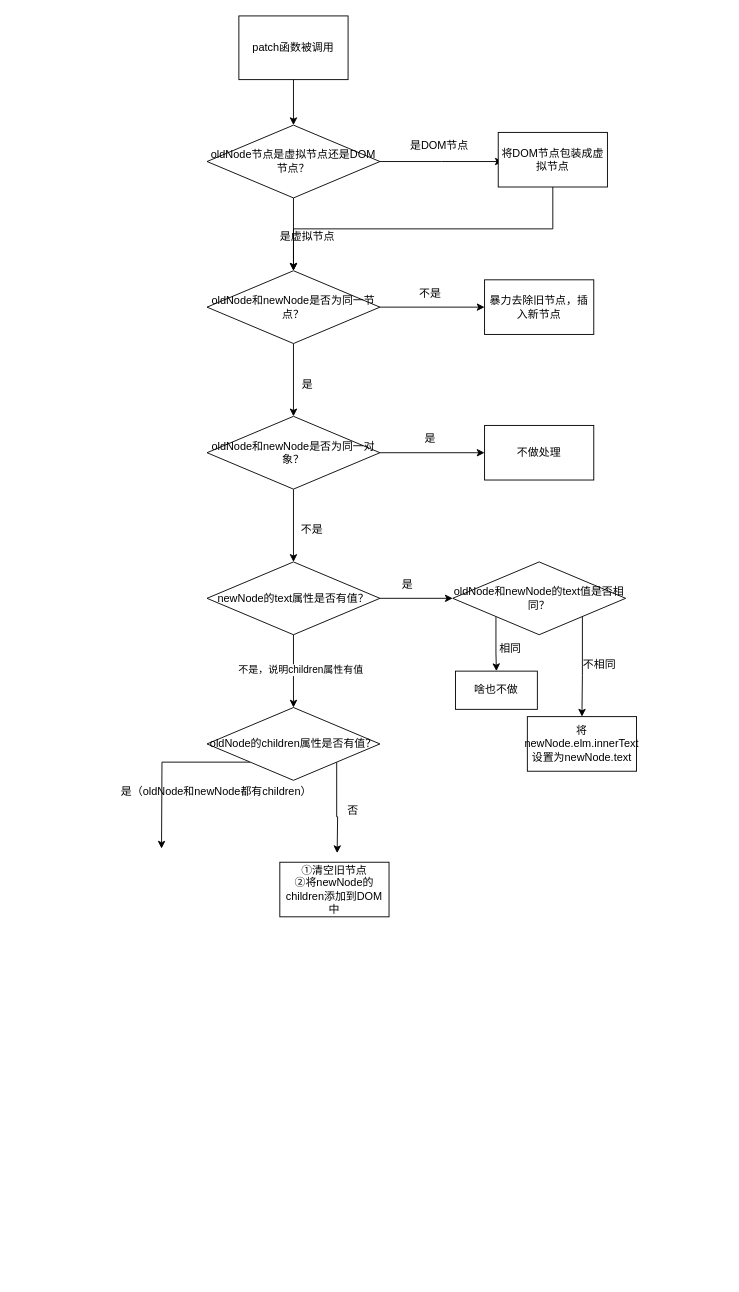
Earlier version of the draw.io diagram 未命名绘图.drawio (Qianfane/Blog). Source tidied: cells renumbered, new cells numbered last; positions are measured from the earlier drawing's top-left corner, leaving out a move shared by most shapes. Both pictures are drawn from the tidied source at 91%, with x=0, y=0 at pixel (111, 15).
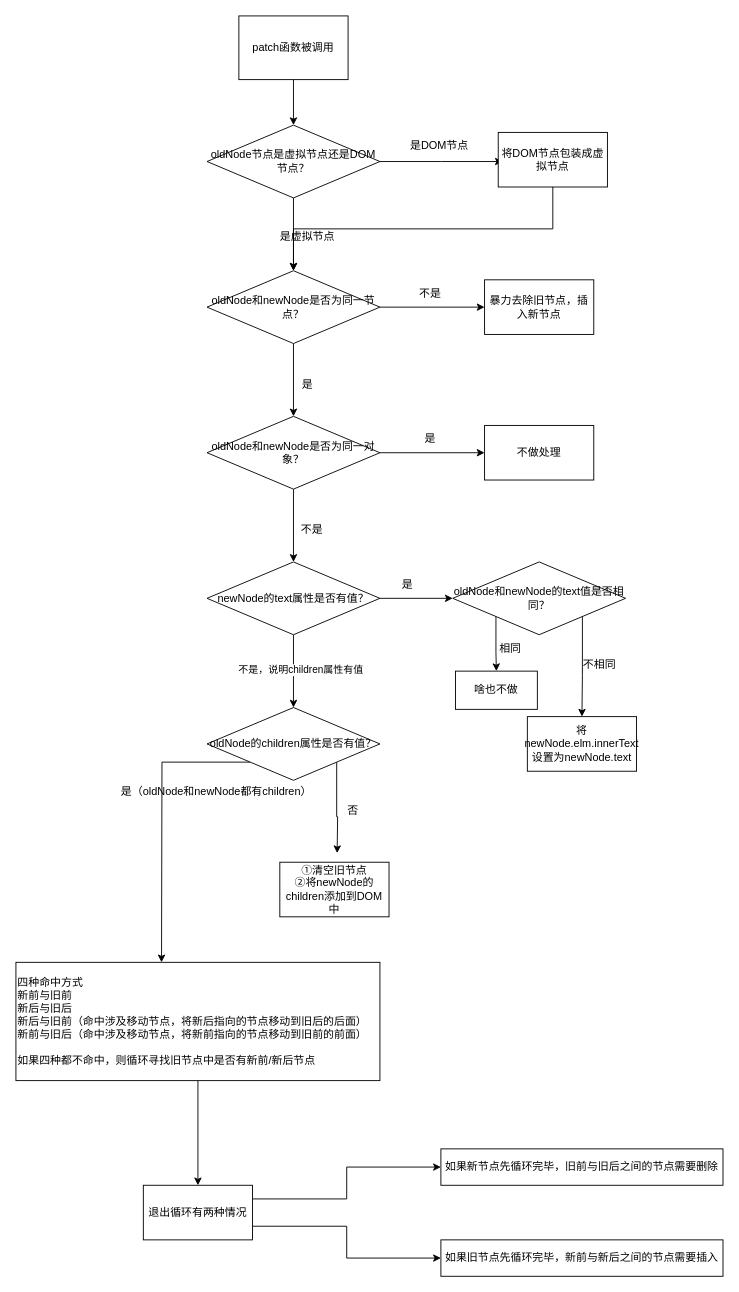
The same diagram, later.

Commit message:
更新未命名绘图.drawio

The change refers to these unchanged cells:
```xml
<mxCell id="37" value="oldNode的children属性是否有值？" style="rhombus;whiteSpace=wrap;html=1;" parent="1" vertex="1">
  <mxGeometry x="105" y="760" width="190" height="80" as="geometry" />
</mxCell>
```

What changed in the source:
```diff
@@
     <mxCell id="36" style="edgeStyle=orthogonalEdgeStyle;rounded=0;jettySize=auto;html=1;exitX=0;exitY=1;exitDx=0;exitDy=0;" parent="1" edge="1" source="37">
       <mxGeometry relative="1" as="geometry">
-        <mxPoint x="55" y="915" as="targetPoint" />
+        <mxPoint x="55" y="1040" as="targetPoint" />
       </mxGeometry>
     </mxCell>
@@
+    <mxCell id="41" style="edgeStyle=orthogonalEdgeStyle;rounded=0;jettySize=auto;html=1;" parent="1" edge="1" source="42" target="45">
+      <mxGeometry relative="1" as="geometry" />
+    </mxCell>
+    <mxCell id="42" value="四种命中方式&lt;br&gt;新前与旧前&lt;br&gt;新后与旧后&lt;br&gt;新后与旧前（命中涉及移动节点，将新后指向的节点移动到旧后的后面）&lt;br&gt;新前与旧后（命中涉及移动节点，将新前指向的节点移动到旧前的前面）&lt;br&gt;&lt;br&gt;如果四种都不命中，则循环寻找旧节点中是否有新前/新后节点" style="rounded=0;whiteSpace=wrap;html=1;align=left;" parent="1" vertex="1">
+      <mxGeometry x="-105" y="1040" width="400" height="130" as="geometry" />
+    </mxCell>
+    <mxCell id="43" style="edgeStyle=orthogonalEdgeStyle;rounded=0;jettySize=auto;html=1;exitX=1;exitY=0.75;exitDx=0;exitDy=0;entryX=0;entryY=0.5;entryDx=0;entryDy=0;" parent="1" edge="1" source="45" target="47">
+      <mxGeometry relative="1" as="geometry" />
+    </mxCell>
+    <mxCell id="44" style="edgeStyle=orthogonalEdgeStyle;rounded=0;jettySize=auto;html=1;exitX=1;exitY=0.25;exitDx=0;exitDy=0;" parent="1" edge="1" source="45" target="46">
+      <mxGeometry relative="1" as="geometry" />
+    </mxCell>
+    <mxCell id="45" value="退出循环有两种情况" style="whiteSpace=wrap;html=1;align=center;rounded=0;" parent="1" vertex="1">
+      <mxGeometry x="35" y="1285" width="120" height="60" as="geometry" />
+    </mxCell>
+    <mxCell id="46" value="如果新节点先循环完毕，旧前与旧后之间的节点需要删除" style="rounded=0;whiteSpace=wrap;html=1;" parent="1" vertex="1">
+      <mxGeometry x="362" y="1245" width="310" height="40" as="geometry" />
+    </mxCell>
+    <mxCell id="47" value="如果旧节点先循环完毕，新前与新后之间的节点需要插入" style="rounded=0;whiteSpace=wrap;html=1;" parent="1" vertex="1">
+      <mxGeometry x="362" y="1345" width="310" height="40" as="geometry" />
+    </mxCell>
```
